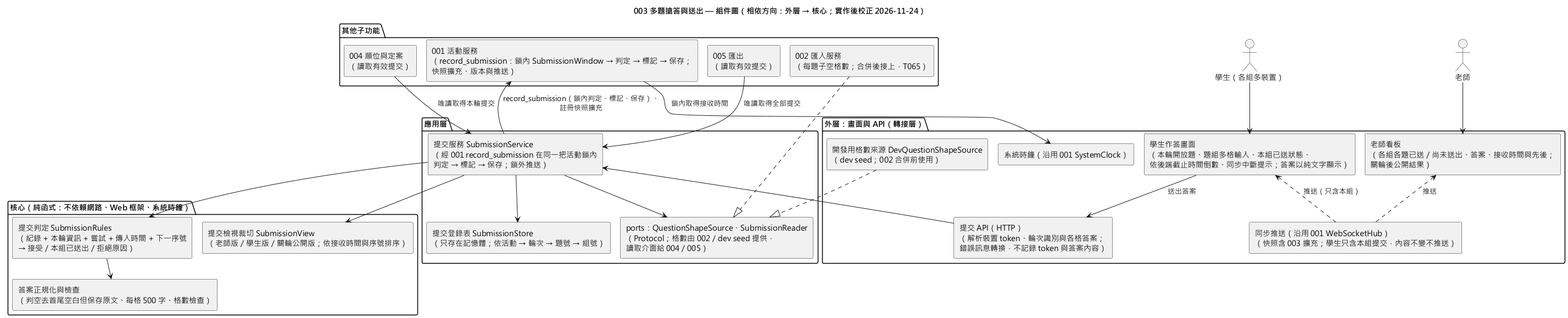
EricC430/lecture-answer-first_group16_speckit keeps this PlantUML diagram as diagrams/003-round-submission-component.png. Above is the earlier version.
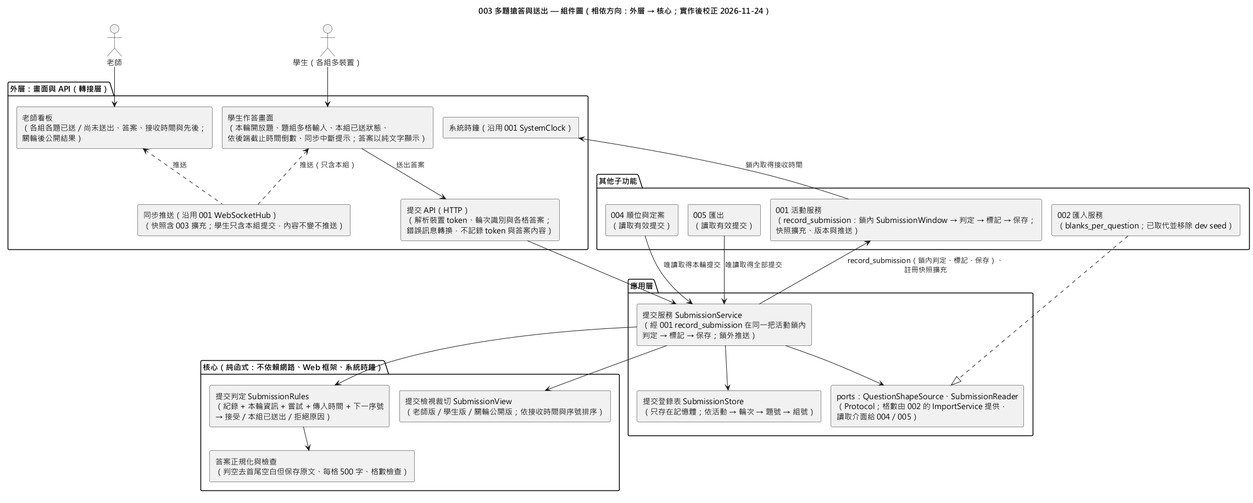
Later version of the same file.

Diff of the diagram source:
```diff
@@ -13,13 +13,12 @@
   [提交 API（HTTP）\n（解析裝置 token、輪次識別與各格答案；\n錯誤訊息轉換，不記錄 token 與答案內容）] as SubmitApi
   [同步推送（沿用 001 WebSocketHub）\n（快照含 003 擴充；學生只含本組提交，內容不變不推送）] as Sync
   [系統時鐘（沿用 001 SystemClock）] as ClockImpl
-  [開發用格數來源 DevQuestionShapeSource\n（dev seed；002 合併前使用）] as DevShapes
 }
 
 package "應用層" {
   [提交服務 SubmissionService\n（經 001 record_submission 在同一把活動鎖內\n判定 → 標記 → 保存；鎖外推送）] as Service
   [提交登錄表 SubmissionStore\n（只存在記憶體；依活動 → 輪次 → 題號 → 組號）] as Store
-  [ports：QuestionShapeSource、SubmissionReader\n（Protocol；格數由 002／dev seed 提供，\n讀取介面給 004／005）] as Ports
+  [ports：QuestionShapeSource、SubmissionReader\n（Protocol；格數由 002 的 ImportService 提供，\n讀取介面給 004／005）] as Ports
 }
 
 package "核心（純函式：不依賴網路、Web 框架、系統時鐘）" {
@@ -30,7 +29,7 @@
 
 package "其他子功能" {
   [001 活動服務\n（record_submission：鎖內 SubmissionWindow → 判定 → 標記 → 保存；\n快照擴充、版本與推送）] as Activity
-  [002 匯入服務\n（每題子空格數；合併後接上，T065）] as Import
+  [002 匯入服務\n（blanks_per_question；已取代並移除 dev seed）] as Import
   [004 順位與定案\n（讀取有效提交）] as Ranking
   [005 匯出\n（讀取有效提交）] as Export
 }
@@ -48,7 +47,6 @@
 Service --> Ports
 Activity --> ClockImpl : 鎖內取得接收時間
 Import ..|> Ports
-DevShapes ..|> Ports
 Service --> Activity : record_submission（鎖內判定、標記、保存）、\n註冊快照擴充
 Ranking --> Service : 唯讀取得本輪提交
 Export --> Service : 唯讀取得全部提交
```
